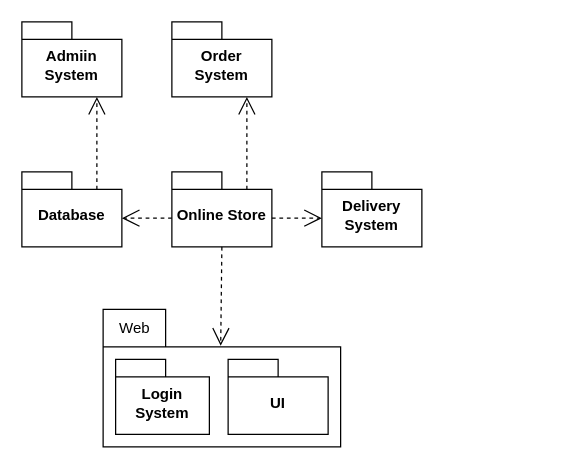
The draw.io diagram Lab4/Диаграмма пакетов.drawio in MyRepitter/UML-farm-produce-sales-app, before the edit. Source tidied: cells renumbered, new cells numbered last; positions are measured from the earlier drawing's top-left corner, leaving out a move shared by most shapes. Both pictures are drawn from the tidied source at 125%, with x=0, y=0 at pixel (21, 21).
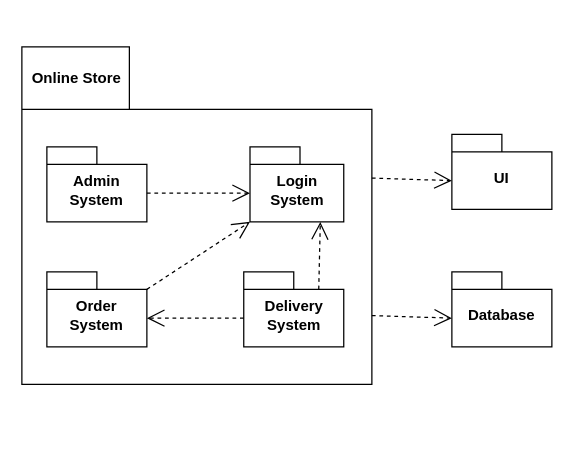
The same page after the edit.

Diff of the diagram source:
```diff
@@
 <mxGraphModel>
   <root>
     <mxCell id="0" />
     <mxCell id="1" parent="0" />
+    <mxCell id="16" style="shape=folder;fontStyle=1;spacingTop=10;tabWidth=86;tabHeight=50;tabPosition=left;html=1;whiteSpace=wrap;" parent="1" vertex="1">
+      <mxGeometry y="20" width="280" height="270" as="geometry" />
+    </mxCell>
     <mxCell id="2" value="Order System" style="shape=folder;fontStyle=1;spacingTop=10;tabWidth=40;tabHeight=14;tabPosition=left;html=1;whiteSpace=wrap;" parent="1" vertex="1">
-      <mxGeometry x="120" width="80" height="60" as="geometry" />
+      <mxGeometry x="20" y="200" width="80" height="60" as="geometry" />
     </mxCell>
-    <mxCell id="3" value="Admiin System" style="shape=folder;fontStyle=1;spacingTop=10;tabWidth=40;tabHeight=14;tabPosition=left;html=1;whiteSpace=wrap;" parent="1" vertex="1">
-      <mxGeometry width="80" height="60" as="geometry" />
-    </mxCell>
-    <mxCell id="4" value="Online Store" style="shape=folder;fontStyle=1;spacingTop=10;tabWidth=40;tabHeight=14;tabPosition=left;html=1;whiteSpace=wrap;" parent="1" vertex="1">
-      <mxGeometry x="120" y="120" width="80" height="60" as="geometry" />
-    </mxCell>
+    <mxCell id="17" value="Admin System" style="shape=folder;fontStyle=1;spacingTop=10;tabWidth=40;tabHeight=14;tabPosition=left;html=1;whiteSpace=wrap;" parent="1" vertex="1">
+      <mxGeometry x="20" y="100" width="80" height="60" as="geometry" />
+    </mxCell>
     <mxCell id="5" value="Database" style="shape=folder;fontStyle=1;spacingTop=10;tabWidth=40;tabHeight=14;tabPosition=left;html=1;whiteSpace=wrap;" parent="1" vertex="1">
-      <mxGeometry y="120" width="80" height="60" as="geometry" />
+      <mxGeometry x="344" y="200" width="80" height="60" as="geometry" />
     </mxCell>
     <mxCell id="6" value="Delivery System" style="shape=folder;fontStyle=1;spacingTop=10;tabWidth=40;tabHeight=14;tabPosition=left;html=1;whiteSpace=wrap;" parent="1" vertex="1">
-      <mxGeometry x="240" y="120" width="80" height="60" as="geometry" />
+      <mxGeometry x="177.5" y="200" width="80" height="60" as="geometry" />
     </mxCell>
-    <mxCell id="7" style="shape=folder;fontStyle=1;spacingTop=10;tabWidth=50;tabHeight=30;tabPosition=left;html=1;whiteSpace=wrap;" parent="1" vertex="1">
-      <mxGeometry x="65" y="230" width="190" height="110" as="geometry" />
-    </mxCell>
-    <mxCell id="8" value="Web" style="text;html=1;align=center;verticalAlign=middle;strokeColor=none;fillColor=none;" parent="1" vertex="1">
-      <mxGeometry x="65" y="230" width="50" height="30" as="geometry" />
-    </mxCell>
     <mxCell id="9" value="Login System" style="shape=folder;fontStyle=1;spacingTop=10;tabWidth=40;tabHeight=14;tabPosition=left;html=1;whiteSpace=wrap;" parent="1" vertex="1">
-      <mxGeometry x="75" y="270" width="75" height="60" as="geometry" />
+      <mxGeometry x="182.5" y="100" width="75" height="60" as="geometry" />
     </mxCell>
     <mxCell id="10" value="UI" style="shape=folder;fontStyle=1;spacingTop=10;tabWidth=40;tabHeight=14;tabPosition=left;html=1;whiteSpace=wrap;" parent="1" vertex="1">
-      <mxGeometry x="165" y="270" width="80" height="60" as="geometry" />
+      <mxGeometry x="344" y="90" width="80" height="60" as="geometry" />
     </mxCell>
-    <mxCell id="11" style="endArrow=open;endSize=12;dashed=1;html=1;rounded=0;exitX=0.5;exitY=1;exitDx=0;exitDy=0;exitPerimeter=0;entryX=0.495;entryY=0.264;entryDx=0;entryDy=0;entryPerimeter=0;" parent="1" edge="1" source="4" target="7">
-      <mxGeometry relative="1" as="geometry" />
-    </mxCell>
-    <mxCell id="12" style="endArrow=open;endSize=12;dashed=1;html=1;rounded=0;exitX=0;exitY=0;exitDx=60;exitDy=14;exitPerimeter=0;entryX=0.75;entryY=1;entryDx=0;entryDy=0;entryPerimeter=0;" parent="1" edge="1" source="4" target="2">
-      <mxGeometry relative="1" as="geometry" />
-    </mxCell>
-    <mxCell id="13" style="endArrow=open;endSize=12;dashed=1;html=1;rounded=0;exitX=0;exitY=0;exitDx=60;exitDy=14;exitPerimeter=0;entryX=0.75;entryY=1;entryDx=0;entryDy=0;entryPerimeter=0;" parent="1" edge="1" source="5" target="3">
-      <mxGeometry relative="1" as="geometry" />
-    </mxCell>
-    <mxCell id="14" style="endArrow=open;endSize=12;dashed=1;html=1;rounded=0;exitX=0;exitY=0;exitDx=0;exitDy=37;exitPerimeter=0;entryX=0;entryY=0;entryDx=80;entryDy=37;entryPerimeter=0;" parent="1" edge="1" source="4" target="5">
-      <mxGeometry relative="1" as="geometry" />
-    </mxCell>
-    <mxCell id="15" style="endArrow=open;endSize=12;dashed=1;html=1;rounded=0;exitX=0;exitY=0;exitDx=80;exitDy=37;exitPerimeter=0;entryX=0;entryY=0;entryDx=0;entryDy=37;entryPerimeter=0;" parent="1" edge="1" source="4" target="6">
-      <mxGeometry relative="1" as="geometry" />
-    </mxCell>
+    <mxCell id="4" value="&lt;span style=&quot;font-weight: 700;&quot;&gt;Online Store&lt;/span&gt;" style="text;html=1;align=center;verticalAlign=middle;whiteSpace=wrap;rounded=0;" parent="1" vertex="1">
+      <mxGeometry x="6" y="30" width="76" height="30" as="geometry" />
+    </mxCell>
+    <mxCell id="18" style="endArrow=open;endSize=12;dashed=1;html=1;rounded=0;exitX=0;exitY=0;exitDx=80;exitDy=37;exitPerimeter=0;entryX=0;entryY=0;entryDx=0;entryDy=37;entryPerimeter=0;" parent="1" edge="1" source="17" target="9">
+      <mxGeometry relative="1" as="geometry" />
+    </mxCell>
+    <mxCell id="19" style="endArrow=open;endSize=12;dashed=1;html=1;rounded=0;exitX=0;exitY=0;exitDx=60;exitDy=14;exitPerimeter=0;entryX=0.75;entryY=1;entryDx=0;entryDy=0;entryPerimeter=0;" parent="1" edge="1" source="6" target="9">
+      <mxGeometry relative="1" as="geometry" />
+    </mxCell>
+    <mxCell id="20" style="endArrow=open;endSize=12;dashed=1;html=1;rounded=0;exitX=0;exitY=0;exitDx=0;exitDy=37;exitPerimeter=0;entryX=0;entryY=0;entryDx=80;entryDy=37;entryPerimeter=0;" parent="1" edge="1" source="6" target="2">
+      <mxGeometry relative="1" as="geometry" />
+    </mxCell>
+    <mxCell id="21" style="endArrow=open;endSize=12;dashed=1;html=1;rounded=0;exitX=0;exitY=0;exitDx=80;exitDy=14;exitPerimeter=0;entryX=0;entryY=0;entryDx=0;entryDy=60;entryPerimeter=0;" parent="1" edge="1" source="2" target="9">
+      <mxGeometry relative="1" as="geometry" />
+    </mxCell>
+    <mxCell id="22" style="endArrow=open;endSize=12;dashed=1;html=1;rounded=0;exitX=0;exitY=0;exitDx=280;exitDy=105;exitPerimeter=0;entryX=0;entryY=0;entryDx=0;entryDy=37;entryPerimeter=0;" parent="1" edge="1" source="16" target="10">
+      <mxGeometry relative="1" as="geometry" />
+    </mxCell>
+    <mxCell id="23" style="endArrow=open;endSize=12;dashed=1;html=1;rounded=0;exitX=0;exitY=0;exitDx=280;exitDy=215;exitPerimeter=0;entryX=0;entryY=0;entryDx=0;entryDy=37;entryPerimeter=0;" parent="1" edge="1" source="16" target="5">
+      <mxGeometry relative="1" as="geometry" />
+    </mxCell>
   </root>
 </mxGraphModel>
```
